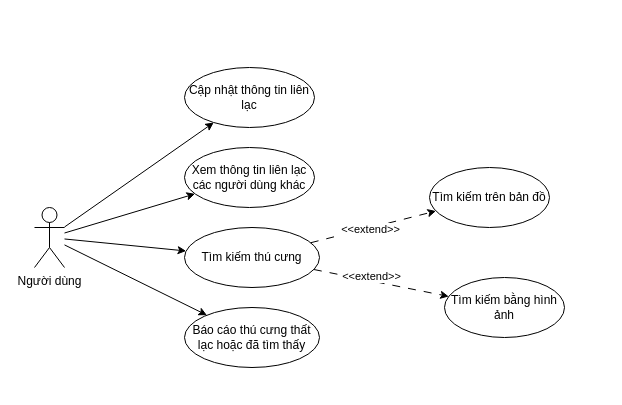
Before: Untitled Diagram.drawio in TranSiTien/anchor-fetch-idl-history, a draw.io diagram. Source tidied: cells renumbered, new cells numbered last; positions are measured from the earlier drawing's top-left corner, leaving out a move shared by most shapes. Both pictures are drawn from the tidied source at 100%, with x=0, y=0 at pixel (34, 67).
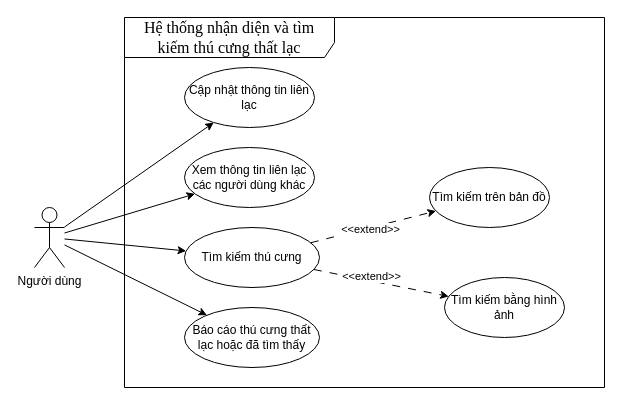
Above is the later version.

The edit, as a diff of the source:
```diff
@@
 <mxGraphModel>
   <root>
     <mxCell id="0" />
     <mxCell id="1" parent="0" />
     <mxCell id="2" value="Người dùng" style="shape=umlActor;verticalLabelPosition=bottom;verticalAlign=top;html=1;outlineConnect=0;" parent="1" vertex="1">
       <mxGeometry y="140" width="30" height="60" as="geometry" />
     </mxCell>
     <mxCell id="3" value="Cập nhật thông tin liên lạc" style="ellipse;whiteSpace=wrap;html=1;" parent="1" vertex="1">
       <mxGeometry x="150" width="130" height="60" as="geometry" />
     </mxCell>
     <mxCell id="4" value="Xem thông tin liên lạc các người dùng khác" style="ellipse;whiteSpace=wrap;html=1;" parent="1" vertex="1">
       <mxGeometry x="150" y="80" width="130" height="60" as="geometry" />
     </mxCell>
     <mxCell id="5" value="Tìm kiếm thú cưng" style="ellipse;whiteSpace=wrap;html=1;" parent="1" vertex="1">
       <mxGeometry x="150" y="160" width="135" height="60" as="geometry" />
     </mxCell>
     <mxCell id="6" value="Báo cáo thú cưng thất lạc hoặc đã tìm thấy" style="ellipse;whiteSpace=wrap;html=1;" parent="1" vertex="1">
       <mxGeometry x="150" y="240" width="135" height="60" as="geometry" />
     </mxCell>
     <mxCell id="7" value="Tìm kiếm trên bản đồ" style="ellipse;whiteSpace=wrap;html=1;" parent="1" vertex="1">
       <mxGeometry x="395" y="100" width="120" height="60" as="geometry" />
     </mxCell>
     <mxCell id="8" value="Tìm kiếm bằng hình ảnh" style="ellipse;whiteSpace=wrap;html=1;" parent="1" vertex="1">
       <mxGeometry x="410" y="210" width="120" height="60" as="geometry" />
     </mxCell>
     <mxCell id="9" style="endArrow=classic;html=1;rounded=0;" parent="1" edge="1" source="2" target="3">
       <mxGeometry relative="1" as="geometry" />
     </mxCell>
     <mxCell id="10" style="endArrow=classic;html=1;rounded=0;" parent="1" edge="1" source="2" target="4">
       <mxGeometry relative="1" as="geometry" />
     </mxCell>
     <mxCell id="11" style="endArrow=classic;html=1;rounded=0;" parent="1" edge="1" source="2" target="5">
       <mxGeometry relative="1" as="geometry" />
     </mxCell>
     <mxCell id="12" style="endArrow=classic;html=1;rounded=0;" parent="1" edge="1" source="2" target="6">
       <mxGeometry relative="1" as="geometry" />
     </mxCell>
     <mxCell id="13" style="endArrow=classic;html=1;rounded=0;dashed=1;dashPattern=8 8;" parent="1" edge="1" source="5" target="7">
       <mxGeometry relative="1" as="geometry" />
     </mxCell>
     <mxCell id="14" value="&amp;lt;&amp;lt;extend&amp;gt;&amp;gt;" style="edgeLabel;html=1;align=center;verticalAlign=middle;" parent="13" vertex="1">
       <mxGeometry x="-0.06" y="-1" relative="1" as="geometry" />
     </mxCell>
     <mxCell id="15" style="endArrow=classic;html=1;rounded=0;dashed=1;dashPattern=8 8;" parent="1" edge="1" source="5" target="8">
       <mxGeometry relative="1" as="geometry" />
     </mxCell>
     <mxCell id="16" value="&amp;lt;&amp;lt;extend&amp;gt;&amp;gt;" style="edgeLabel;html=1;align=center;verticalAlign=middle;" parent="15" vertex="1">
       <mxGeometry x="-0.28" y="3" relative="1" as="geometry">
         <mxPoint x="8" as="offset" />
       </mxGeometry>
     </mxCell>
+    <mxCell id="17" value="&lt;span style=&quot;font-family: &amp;quot;Times New Roman&amp;quot;, serif;&quot;&gt;&lt;font style=&quot;font-size: 16px;&quot;&gt;Hệ thống nhận diện và tìm&lt;br&gt;kiếm thú cưng thất lạc&lt;/font&gt;&lt;/span&gt;" style="shape=umlFrame;whiteSpace=wrap;html=1;width=210;height=40;" parent="1" vertex="1">
+      <mxGeometry x="90" y="-50" width="480" height="370" as="geometry" />
+    </mxCell>
   </root>
 </mxGraphModel>
```
